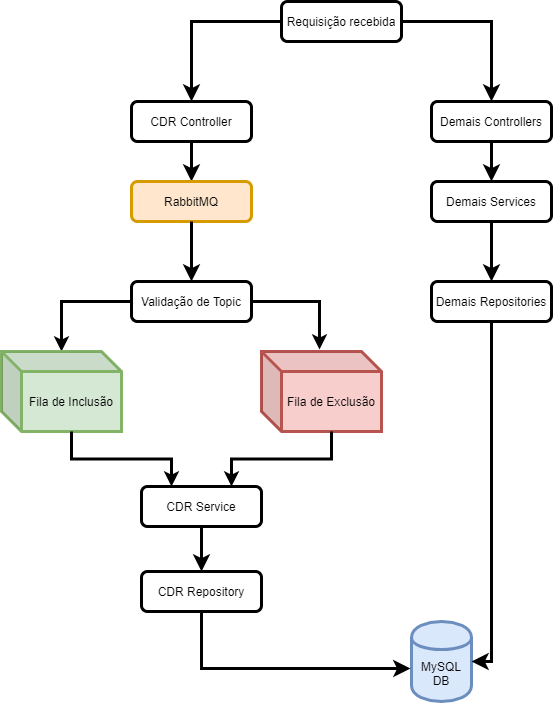
lfaraujo/teste-api keeps this draw.io diagram as desenho_arquitetura/arquitetura-aplicacao.png. Above is the earlier version. Source tidied: cells renumbered, new cells last; positions are measured from the earlier drawing's top-left corner, leaving out a move shared by most shapes. Its diagram source:
```xml
<mxGraphModel>
  <root>
    <mxCell id="0" />
    <mxCell id="1" parent="0" />
    <mxCell id="2" style="rounded=0;html=1;jettySize=auto;fontSize=11;endArrow=classic;endFill=1;endSize=8;strokeWidth=3;shadow=0;labelBackgroundColor=none;edgeStyle=orthogonalEdgeStyle;entryX=0.5;entryY=0;entryDx=0;entryDy=0;" parent="1" edge="1" source="3" target="4">
      <mxGeometry relative="1" as="geometry" />
    </mxCell>
    <mxCell id="3" value="Requisição recebida" style="rounded=1;whiteSpace=wrap;html=1;fontSize=12;glass=0;strokeWidth=3;shadow=0;" parent="1" vertex="1">
      <mxGeometry x="280" width="120" height="40" as="geometry" />
    </mxCell>
    <mxCell id="4" value="CDR Controller" style="rounded=1;whiteSpace=wrap;html=1;fontSize=12;glass=0;strokeWidth=3;shadow=0;" parent="1" vertex="1">
      <mxGeometry x="130" y="100" width="120" height="40" as="geometry" />
    </mxCell>
    <mxCell id="5" value="Demais Controllers" style="rounded=1;whiteSpace=wrap;html=1;fontSize=12;glass=0;strokeWidth=3;shadow=0;" parent="1" vertex="1">
      <mxGeometry x="430" y="100" width="120" height="40" as="geometry" />
    </mxCell>
    <mxCell id="6" style="rounded=0;html=1;jettySize=auto;fontSize=11;endArrow=classic;endFill=1;endSize=8;strokeWidth=3;shadow=0;labelBackgroundColor=none;edgeStyle=orthogonalEdgeStyle;entryX=0.5;entryY=0;entryDx=0;entryDy=0;exitX=1;exitY=0.5;exitDx=0;exitDy=0;" parent="1" edge="1" source="3" target="5">
      <mxGeometry relative="1" as="geometry" />
    </mxCell>
    <mxCell id="7" style="rounded=0;html=1;jettySize=auto;fontSize=11;endArrow=classic;endFill=1;endSize=8;strokeWidth=3;shadow=0;labelBackgroundColor=none;edgeStyle=orthogonalEdgeStyle;entryX=0.5;entryY=0;entryDx=0;entryDy=0;exitX=0.5;exitY=1;exitDx=0;exitDy=0;" parent="1" edge="1" source="4" target="8">
      <mxGeometry relative="1" as="geometry" />
    </mxCell>
    <mxCell id="8" value="RabbitMQ" style="rounded=1;whiteSpace=wrap;html=1;fontSize=12;glass=0;strokeWidth=3;shadow=0;fillColor=#ffe6cc;strokeColor=#d79b00;" parent="1" vertex="1">
      <mxGeometry x="130" y="180" width="120" height="40" as="geometry" />
    </mxCell>
    <mxCell id="9" style="edgeStyle=orthogonalEdgeStyle;rounded=0;jettySize=auto;html=1;entryX=0.5;entryY=0;entryDx=0;entryDy=0;entryPerimeter=0;strokeWidth=3;" parent="1" edge="1" source="10" target="18">
      <mxGeometry relative="1" as="geometry" />
    </mxCell>
    <mxCell id="10" value="Validação de Topic" style="rounded=1;whiteSpace=wrap;html=1;fontSize=12;glass=0;strokeWidth=3;shadow=0;" parent="1" vertex="1">
      <mxGeometry x="130" y="280" width="120" height="40" as="geometry" />
    </mxCell>
    <mxCell id="11" style="rounded=0;html=1;jettySize=auto;fontSize=11;endArrow=classic;endFill=1;endSize=8;strokeWidth=3;shadow=0;labelBackgroundColor=none;edgeStyle=orthogonalEdgeStyle;entryX=0.5;entryY=0;entryDx=0;entryDy=0;exitX=0.5;exitY=1;exitDx=0;exitDy=0;" parent="1" edge="1" source="8" target="10">
      <mxGeometry relative="1" as="geometry" />
    </mxCell>
    <mxCell id="12" style="edgeStyle=orthogonalEdgeStyle;rounded=0;jettySize=auto;html=1;exitX=1;exitY=0.5;exitDx=0;exitDy=0;entryX=0.483;entryY=-0.025;entryDx=0;entryDy=0;entryPerimeter=0;strokeWidth=3;" parent="1" edge="1" source="10" target="19">
      <mxGeometry relative="1" as="geometry" />
    </mxCell>
    <mxCell id="13" value="Demais Services" style="rounded=1;whiteSpace=wrap;html=1;fontSize=12;glass=0;strokeWidth=3;shadow=0;" parent="1" vertex="1">
      <mxGeometry x="430" y="180" width="120" height="40" as="geometry" />
    </mxCell>
    <mxCell id="14" style="rounded=0;html=1;jettySize=auto;fontSize=11;endArrow=classic;endFill=1;endSize=8;strokeWidth=3;shadow=0;labelBackgroundColor=none;edgeStyle=orthogonalEdgeStyle;entryX=0.5;entryY=0;entryDx=0;entryDy=0;exitX=0.5;exitY=1;exitDx=0;exitDy=0;" parent="1" edge="1" source="5" target="13">
      <mxGeometry relative="1" as="geometry" />
    </mxCell>
    <mxCell id="15" value="Demais Repositories" style="rounded=1;whiteSpace=wrap;html=1;fontSize=12;glass=0;strokeWidth=3;shadow=0;" parent="1" vertex="1">
      <mxGeometry x="430" y="280" width="120" height="40" as="geometry" />
    </mxCell>
    <mxCell id="16" style="rounded=0;html=1;jettySize=auto;fontSize=11;endArrow=classic;endFill=1;endSize=8;strokeWidth=3;shadow=0;labelBackgroundColor=none;edgeStyle=orthogonalEdgeStyle;entryX=0.5;entryY=0;entryDx=0;entryDy=0;exitX=0.5;exitY=1;exitDx=0;exitDy=0;" parent="1" edge="1" source="13" target="15">
      <mxGeometry relative="1" as="geometry" />
    </mxCell>
    <mxCell id="17" value="MySQL DB" style="shape=cylinder;whiteSpace=wrap;html=1;boundedLbl=1;backgroundOutline=1;fillColor=#dae8fc;strokeColor=#6c8ebf;strokeWidth=3;" parent="1" vertex="1">
      <mxGeometry x="410" y="620" width="60" height="80" as="geometry" />
    </mxCell>
    <mxCell id="18" value="Fila de Inclusão" style="shape=cube;whiteSpace=wrap;html=1;boundedLbl=1;backgroundOutline=1;darkOpacity=0.05;darkOpacity2=0.1;fillColor=#d5e8d4;strokeColor=#82b366;strokeWidth=3;" parent="1" vertex="1">
      <mxGeometry y="350" width="120" height="80" as="geometry" />
    </mxCell>
    <mxCell id="19" value="Fila de Exclusão" style="shape=cube;whiteSpace=wrap;html=1;boundedLbl=1;backgroundOutline=1;darkOpacity=0.05;darkOpacity2=0.1;fillColor=#f8cecc;strokeColor=#b85450;strokeWidth=3;" parent="1" vertex="1">
      <mxGeometry x="260" y="350" width="120" height="80" as="geometry" />
    </mxCell>
    <mxCell id="20" value="CDR Service" style="rounded=1;whiteSpace=wrap;html=1;fontSize=12;glass=0;strokeWidth=3;shadow=0;" parent="1" vertex="1">
      <mxGeometry x="140" y="485" width="120" height="40" as="geometry" />
    </mxCell>
    <mxCell id="21" style="edgeStyle=orthogonalEdgeStyle;rounded=0;jettySize=auto;html=1;entryX=0.25;entryY=0;entryDx=0;entryDy=0;exitX=0;exitY=0;exitDx=70;exitDy=80;exitPerimeter=0;strokeWidth=3;" parent="1" edge="1" source="18" target="20">
      <mxGeometry relative="1" as="geometry" />
    </mxCell>
    <mxCell id="22" style="edgeStyle=orthogonalEdgeStyle;rounded=0;jettySize=auto;html=1;entryX=0.75;entryY=0;entryDx=0;entryDy=0;exitX=0;exitY=0;exitDx=70;exitDy=80;exitPerimeter=0;strokeWidth=3;" parent="1" edge="1" source="19" target="20">
      <mxGeometry relative="1" as="geometry" />
    </mxCell>
    <mxCell id="23" value="CDR Repository" style="rounded=1;whiteSpace=wrap;html=1;fontSize=12;glass=0;strokeWidth=3;shadow=0;" parent="1" vertex="1">
      <mxGeometry x="140" y="570" width="120" height="40" as="geometry" />
    </mxCell>
    <mxCell id="24" style="rounded=0;html=1;jettySize=auto;fontSize=11;endArrow=classic;endFill=1;endSize=8;strokeWidth=3;shadow=0;labelBackgroundColor=none;edgeStyle=orthogonalEdgeStyle;entryX=0.5;entryY=0;entryDx=0;entryDy=0;exitX=0.5;exitY=1;exitDx=0;exitDy=0;" parent="1" edge="1" source="20" target="23">
      <mxGeometry relative="1" as="geometry" />
    </mxCell>
    <mxCell id="25" style="rounded=0;html=1;jettySize=auto;fontSize=11;endArrow=classic;endFill=1;endSize=8;strokeWidth=3;shadow=0;labelBackgroundColor=none;edgeStyle=orthogonalEdgeStyle;entryX=-0.017;entryY=0.588;entryDx=0;entryDy=0;exitX=0.5;exitY=1;exitDx=0;exitDy=0;entryPerimeter=0;" parent="1" edge="1" source="23" target="17">
      <mxGeometry relative="1" as="geometry" />
    </mxCell>
    <mxCell id="26" style="rounded=0;html=1;jettySize=auto;fontSize=11;endArrow=classic;endFill=1;endSize=8;strokeWidth=3;shadow=0;labelBackgroundColor=none;edgeStyle=orthogonalEdgeStyle;entryX=1;entryY=0.5;entryDx=0;entryDy=0;exitX=0.5;exitY=1;exitDx=0;exitDy=0;" parent="1" edge="1" source="15" target="17">
      <mxGeometry relative="1" as="geometry" />
    </mxCell>
  </root>
</mxGraphModel>
```
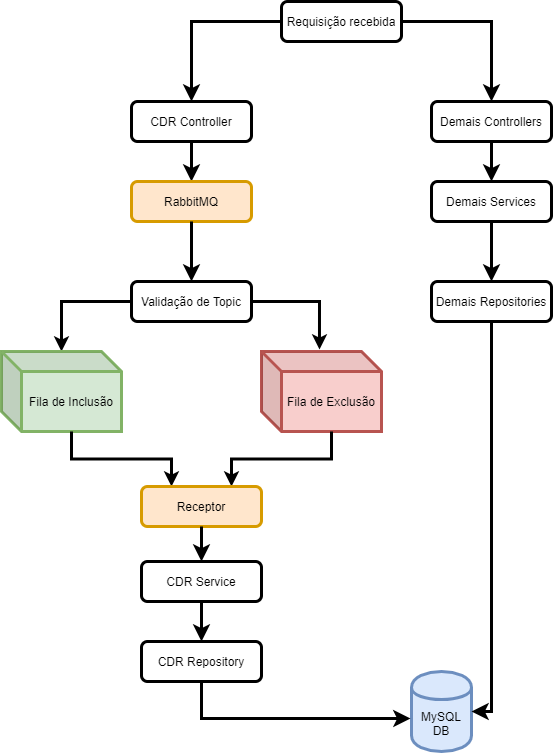
After the commit.

Commit message:
Ajustado desenho da arquitetura

Change to the diagram source:
```diff
@@ -48,7 +48,7 @@
       <mxGeometry relative="1" as="geometry" />
     </mxCell>
     <mxCell id="17" value="MySQL DB" style="shape=cylinder;whiteSpace=wrap;html=1;boundedLbl=1;backgroundOutline=1;fillColor=#dae8fc;strokeColor=#6c8ebf;strokeWidth=3;" parent="1" vertex="1">
-      <mxGeometry x="410" y="620" width="60" height="80" as="geometry" />
+      <mxGeometry x="410" y="670" width="60" height="80" as="geometry" />
     </mxCell>
     <mxCell id="18" value="Fila de Inclusão" style="shape=cube;whiteSpace=wrap;html=1;boundedLbl=1;backgroundOutline=1;darkOpacity=0.05;darkOpacity2=0.1;fillColor=#d5e8d4;strokeColor=#82b366;strokeWidth=3;" parent="1" vertex="1">
       <mxGeometry y="350" width="120" height="80" as="geometry" />
@@ -57,16 +57,16 @@
       <mxGeometry x="260" y="350" width="120" height="80" as="geometry" />
     </mxCell>
     <mxCell id="20" value="CDR Service" style="rounded=1;whiteSpace=wrap;html=1;fontSize=12;glass=0;strokeWidth=3;shadow=0;" parent="1" vertex="1">
-      <mxGeometry x="140" y="485" width="120" height="40" as="geometry" />
+      <mxGeometry x="140" y="560" width="120" height="40" as="geometry" />
     </mxCell>
-    <mxCell id="21" style="edgeStyle=orthogonalEdgeStyle;rounded=0;jettySize=auto;html=1;entryX=0.25;entryY=0;entryDx=0;entryDy=0;exitX=0;exitY=0;exitDx=70;exitDy=80;exitPerimeter=0;strokeWidth=3;" parent="1" edge="1" source="18" target="20">
+    <mxCell id="21" style="edgeStyle=orthogonalEdgeStyle;rounded=0;jettySize=auto;html=1;entryX=0.25;entryY=0;entryDx=0;entryDy=0;exitX=0;exitY=0;exitDx=70;exitDy=80;exitPerimeter=0;strokeWidth=3;" parent="1" edge="1" source="18" target="27">
       <mxGeometry relative="1" as="geometry" />
     </mxCell>
-    <mxCell id="22" style="edgeStyle=orthogonalEdgeStyle;rounded=0;jettySize=auto;html=1;entryX=0.75;entryY=0;entryDx=0;entryDy=0;exitX=0;exitY=0;exitDx=70;exitDy=80;exitPerimeter=0;strokeWidth=3;" parent="1" edge="1" source="19" target="20">
+    <mxCell id="22" style="edgeStyle=orthogonalEdgeStyle;rounded=0;jettySize=auto;html=1;entryX=0.75;entryY=0;entryDx=0;entryDy=0;exitX=0;exitY=0;exitDx=70;exitDy=80;exitPerimeter=0;strokeWidth=3;" parent="1" edge="1" source="19" target="27">
       <mxGeometry relative="1" as="geometry" />
     </mxCell>
     <mxCell id="23" value="CDR Repository" style="rounded=1;whiteSpace=wrap;html=1;fontSize=12;glass=0;strokeWidth=3;shadow=0;" parent="1" vertex="1">
-      <mxGeometry x="140" y="570" width="120" height="40" as="geometry" />
+      <mxGeometry x="140" y="640" width="120" height="40" as="geometry" />
     </mxCell>
     <mxCell id="24" style="rounded=0;html=1;jettySize=auto;fontSize=11;endArrow=classic;endFill=1;endSize=8;strokeWidth=3;shadow=0;labelBackgroundColor=none;edgeStyle=orthogonalEdgeStyle;entryX=0.5;entryY=0;entryDx=0;entryDy=0;exitX=0.5;exitY=1;exitDx=0;exitDy=0;" parent="1" edge="1" source="20" target="23">
       <mxGeometry relative="1" as="geometry" />
@@ -77,5 +77,11 @@
     <mxCell id="26" style="rounded=0;html=1;jettySize=auto;fontSize=11;endArrow=classic;endFill=1;endSize=8;strokeWidth=3;shadow=0;labelBackgroundColor=none;edgeStyle=orthogonalEdgeStyle;entryX=1;entryY=0.5;entryDx=0;entryDy=0;exitX=0.5;exitY=1;exitDx=0;exitDy=0;" parent="1" edge="1" source="15" target="17">
       <mxGeometry relative="1" as="geometry" />
     </mxCell>
+    <mxCell id="27" value="Receptor" style="rounded=1;whiteSpace=wrap;html=1;fontSize=12;glass=0;strokeWidth=3;shadow=0;fillColor=#ffe6cc;strokeColor=#d79b00;" parent="1" vertex="1">
+      <mxGeometry x="140" y="485" width="120" height="40" as="geometry" />
+    </mxCell>
+    <mxCell id="28" style="rounded=0;html=1;jettySize=auto;fontSize=11;endArrow=classic;endFill=1;endSize=8;strokeWidth=3;shadow=0;labelBackgroundColor=none;edgeStyle=orthogonalEdgeStyle;entryX=0.5;entryY=0;entryDx=0;entryDy=0;exitX=0.5;exitY=1;exitDx=0;exitDy=0;" parent="1" edge="1" source="27" target="20">
+      <mxGeometry relative="1" as="geometry" />
+    </mxCell>
   </root>
 </mxGraphModel>
```
